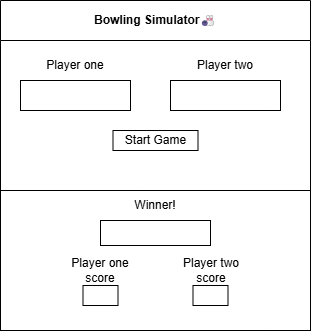
The draw.io diagram BowlingGame/Documentation/Wireframe.png in AdamReinwalds/BowlingGame, before a commit. Source tidied: cells renumbered, new cells last; positions are measured from the earlier drawing's top-left corner, leaving out a move shared by most shapes.
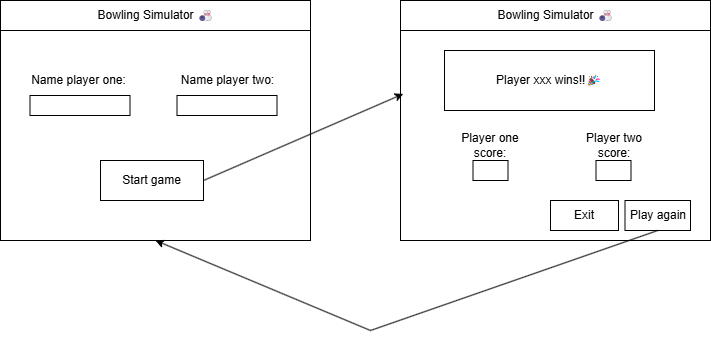
The same file after the commit.

Diff of the diagram source:
```diff
@@ -2,44 +2,72 @@
   <root>
     <mxCell id="0" />
     <mxCell id="1" parent="0" />
-    <mxCell id="2" value="Bowling Simulator🎳" style="swimlane;whiteSpace=wrap;html=1;startSize=40;" parent="1" vertex="1">
-      <mxGeometry width="310" height="330" as="geometry" />
-    </mxCell>
-    <mxCell id="3" style="rounded=0;whiteSpace=wrap;html=1;" parent="2" vertex="1">
-      <mxGeometry x="20" y="80" width="110" height="30" as="geometry" />
-    </mxCell>
-    <mxCell id="4" value="Player one" style="text;html=1;align=center;verticalAlign=middle;whiteSpace=wrap;rounded=0;" parent="2" vertex="1">
-      <mxGeometry x="45" y="50" width="60" height="30" as="geometry" />
-    </mxCell>
-    <mxCell id="5" style="rounded=0;whiteSpace=wrap;html=1;" parent="2" vertex="1">
-      <mxGeometry x="170" y="80" width="110" height="30" as="geometry" />
-    </mxCell>
-    <mxCell id="6" value="Player two" style="text;html=1;align=center;verticalAlign=middle;whiteSpace=wrap;rounded=0;" parent="2" vertex="1">
-      <mxGeometry x="195" y="50" width="60" height="30" as="geometry" />
-    </mxCell>
-    <mxCell id="7" value="Start Game" style="rounded=0;whiteSpace=wrap;html=1;" parent="2" vertex="1">
-      <mxGeometry x="112.5" y="130" width="85" height="20" as="geometry" />
-    </mxCell>
-    <mxCell id="8" style="rounded=0;whiteSpace=wrap;html=1;" parent="2" vertex="1">
-      <mxGeometry y="190" width="310" height="140" as="geometry" />
+    <mxCell id="8" style="rounded=0;whiteSpace=wrap;html=1;" parent="1" vertex="1">
+      <mxGeometry x="170" y="110" width="310" height="210" as="geometry" />
     </mxCell>
-    <mxCell id="9" value="Winner!" style="text;html=1;align=center;verticalAlign=middle;whiteSpace=wrap;rounded=0;" parent="2" vertex="1">
-      <mxGeometry x="125" y="190" width="60" height="30" as="geometry" />
-    </mxCell>
-    <mxCell id="10" style="rounded=0;whiteSpace=wrap;html=1;" parent="2" vertex="1">
-      <mxGeometry x="100" y="220" width="110" height="25" as="geometry" />
-    </mxCell>
+    <mxCell id="13" style="rounded=0;whiteSpace=wrap;html=1;" parent="1" vertex="1">
+      <mxGeometry x="365.5" y="240" width="35" height="20" as="geometry" />
+    </mxCell>
-    <mxCell id="11" style="rounded=0;whiteSpace=wrap;html=1;" parent="2" vertex="1">
-      <mxGeometry x="82.5" y="285" width="35" height="20" as="geometry" />
+    <mxCell id="11" style="rounded=0;whiteSpace=wrap;html=1;" parent="1" vertex="1">
+      <mxGeometry x="242.5" y="240" width="35" height="20" as="geometry" />
     </mxCell>
-    <mxCell id="12" value="Player one score" style="text;html=1;align=center;verticalAlign=middle;whiteSpace=wrap;rounded=0;" parent="2" vertex="1">
-      <mxGeometry x="60" y="255" width="80" height="30" as="geometry" />
+    <mxCell id="12" value="Player one score:" style="text;html=1;align=center;verticalAlign=middle;whiteSpace=wrap;rounded=0;" parent="1" vertex="1">
+      <mxGeometry x="220" y="210" width="80" height="30" as="geometry" />
     </mxCell>
-    <mxCell id="13" style="rounded=0;whiteSpace=wrap;html=1;" parent="2" vertex="1">
-      <mxGeometry x="192.5" y="285" width="35" height="20" as="geometry" />
-    </mxCell>
-    <mxCell id="14" value="Player two score" style="text;html=1;align=center;verticalAlign=middle;whiteSpace=wrap;rounded=0;" parent="2" vertex="1">
-      <mxGeometry x="171" y="255" width="80" height="30" as="geometry" />
+    <mxCell id="14" value="Player two score:" style="text;html=1;align=center;verticalAlign=middle;whiteSpace=wrap;rounded=0;" parent="1" vertex="1">
+      <mxGeometry x="344" y="210" width="80" height="30" as="geometry" />
     </mxCell>
+    <mxCell id="15" style="rounded=0;whiteSpace=wrap;html=1;" parent="1" vertex="1">
+      <mxGeometry x="170" y="80" width="310" height="30" as="geometry" />
+    </mxCell>
+    <mxCell id="16" value="Bowling Simulator 🎳" style="text;html=1;align=center;verticalAlign=middle;whiteSpace=wrap;rounded=0;" parent="1" vertex="1">
+      <mxGeometry x="255.5" y="80" width="139" height="30" as="geometry" />
+    </mxCell>
+    <mxCell id="17" value="Player xxx wins!!🎉" style="rounded=0;whiteSpace=wrap;html=1;" parent="1" vertex="1">
+      <mxGeometry x="214" y="130" width="210" height="60" as="geometry" />
+    </mxCell>
+    <mxCell id="18" style="rounded=0;whiteSpace=wrap;html=1;" parent="1" vertex="1">
+      <mxGeometry x="-230" y="110" width="310" height="210" as="geometry" />
+    </mxCell>
+    <mxCell id="19" style="rounded=0;whiteSpace=wrap;html=1;" parent="1" vertex="1">
+      <mxGeometry x="-53.5" y="175" width="100" height="20" as="geometry" />
+    </mxCell>
+    <mxCell id="20" style="rounded=0;whiteSpace=wrap;html=1;" parent="1" vertex="1">
+      <mxGeometry x="-200.5" y="175" width="100" height="20" as="geometry" />
+    </mxCell>
+    <mxCell id="21" value="Name player one:" style="text;html=1;align=center;verticalAlign=middle;whiteSpace=wrap;rounded=0;" parent="1" vertex="1">
+      <mxGeometry x="-203.5" y="145" width="103" height="30" as="geometry" />
+    </mxCell>
+    <mxCell id="22" value="Name player two:" style="text;html=1;align=center;verticalAlign=middle;whiteSpace=wrap;rounded=0;" parent="1" vertex="1">
+      <mxGeometry x="-52.5" y="145" width="99" height="30" as="geometry" />
+    </mxCell>
+    <mxCell id="23" style="rounded=0;whiteSpace=wrap;html=1;" parent="1" vertex="1">
+      <mxGeometry x="-230" y="80" width="310" height="30" as="geometry" />
+    </mxCell>
+    <mxCell id="24" value="Bowling Simulator 🎳" style="text;html=1;align=center;verticalAlign=middle;whiteSpace=wrap;rounded=0;" parent="1" vertex="1">
+      <mxGeometry x="-144.5" y="80" width="139" height="30" as="geometry" />
+    </mxCell>
+    <mxCell id="25" value="Start game" style="rounded=0;whiteSpace=wrap;html=1;" parent="1" vertex="1">
+      <mxGeometry x="-130" y="240" width="103" height="40" as="geometry" />
+    </mxCell>
+    <mxCell id="26" value="Play again" style="rounded=0;whiteSpace=wrap;html=1;" parent="1" vertex="1">
+      <mxGeometry x="394.5" y="280" width="65.5" height="30" as="geometry" />
+    </mxCell>
+    <mxCell id="27" value="Exit" style="rounded=0;whiteSpace=wrap;html=1;" parent="1" vertex="1">
+      <mxGeometry x="320" y="280" width="68" height="30" as="geometry" />
+    </mxCell>
+    <mxCell id="28" style="endArrow=classic;html=1;rounded=0;exitX=1;exitY=0.5;exitDx=0;exitDy=0;entryX=0.009;entryY=0.302;entryDx=0;entryDy=0;entryPerimeter=0;" parent="1" edge="1" source="25" target="8">
+      <mxGeometry relative="1" as="geometry" />
+    </mxCell>
+    <mxCell id="29" style="endArrow=none;html=1;rounded=0;entryX=0.5;entryY=1;entryDx=0;entryDy=0;" parent="1" edge="1" target="26">
+      <mxGeometry relative="1" as="geometry">
+        <mxPoint x="140" y="410" as="sourcePoint" />
+      </mxGeometry>
+    </mxCell>
+    <mxCell id="30" style="endArrow=classic;html=1;rounded=0;entryX=0.5;entryY=1;entryDx=0;entryDy=0;" parent="1" edge="1" target="18">
+      <mxGeometry relative="1" as="geometry">
+        <mxPoint x="140" y="410" as="sourcePoint" />
+      </mxGeometry>
+    </mxCell>
   </root>
 </mxGraphModel>
```
